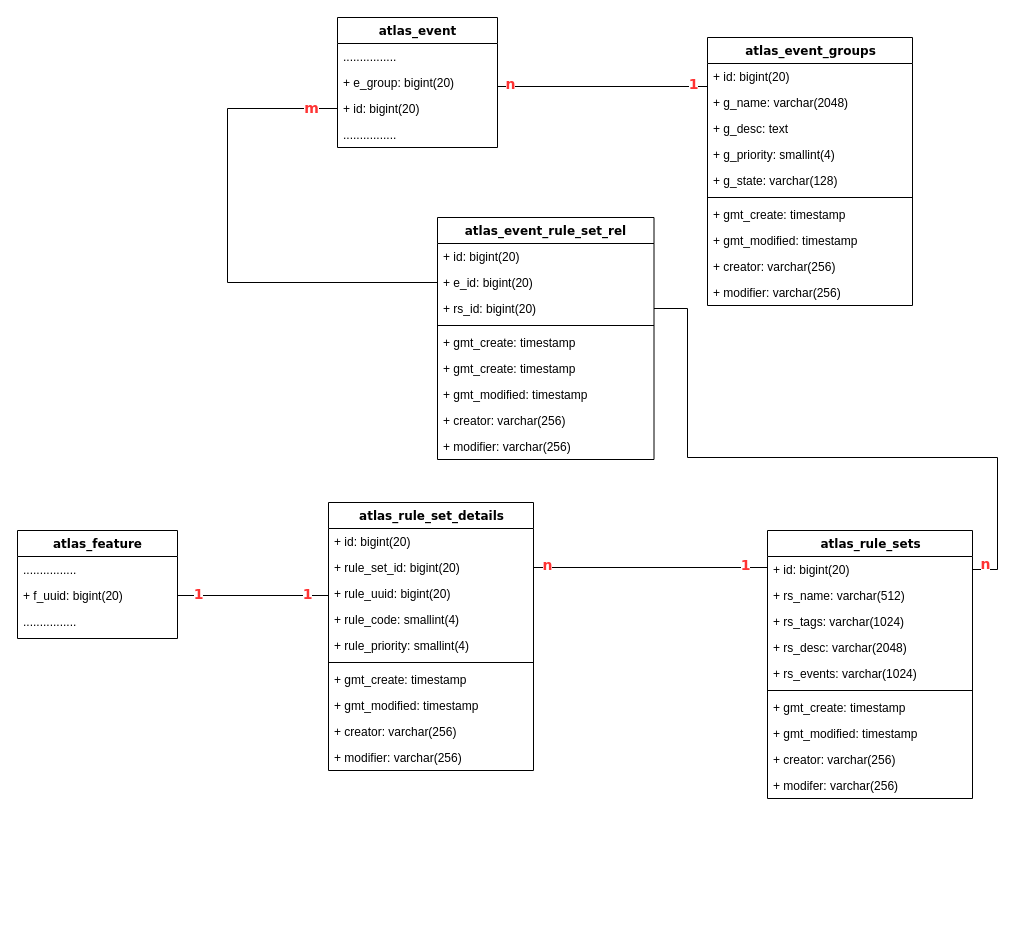
Above: risk_rule_sets.drawio in learn2Pro/draw_io_save (draw.io), before the change. Source tidied: cells renumbered, new cells numbered last; positions are measured from the earlier drawing's top-left corner, leaving out a move shared by most shapes. Both pictures are drawn from the tidied source at 100%, with x=0, y=0 at pixel (17, 17).
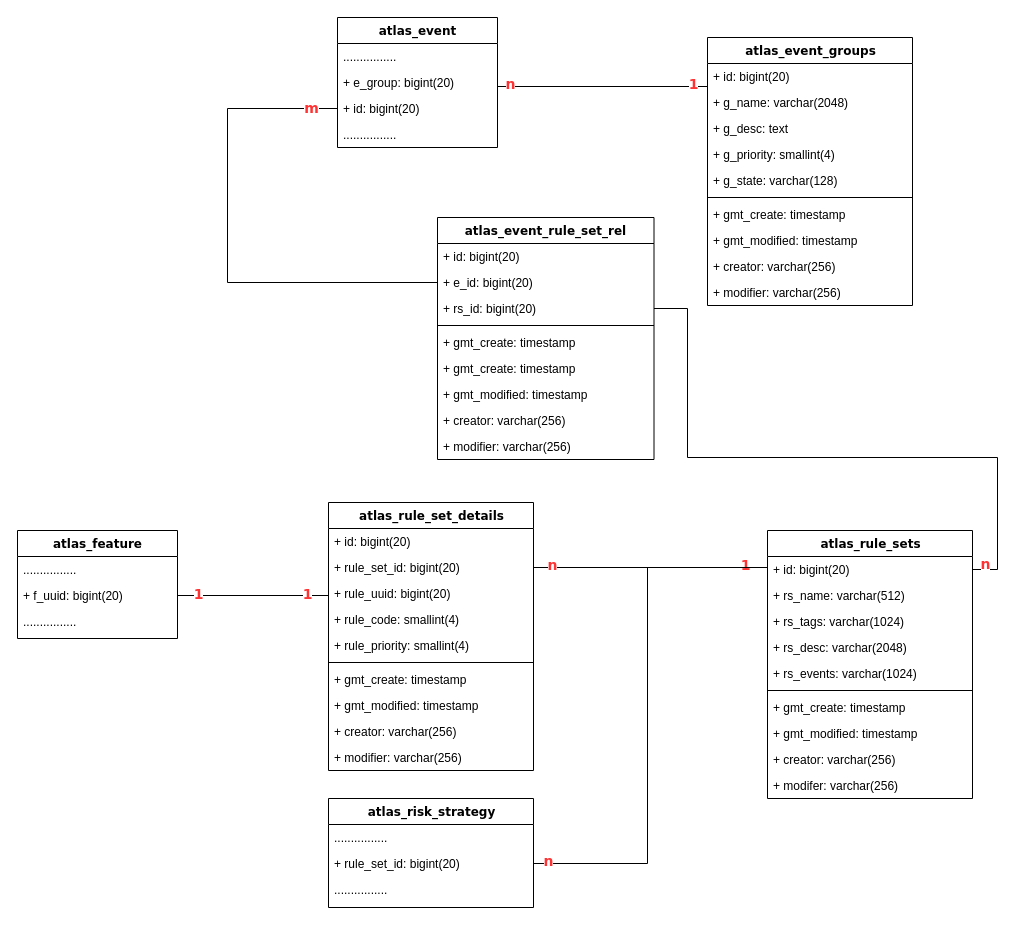
The same page after the edit.

Unchanged cells that the change refers to:
```xml
<mxCell id="33" value="+ id: bigint(20)" style="text;html=1;strokeColor=none;fillColor=none;align=left;verticalAlign=top;spacingLeft=4;spacingRight=4;whiteSpace=wrap;overflow=hidden;points=[[0,0.5],[1,0.5]];portConstraint=eastwest;" parent="32" vertex="1">
  <mxGeometry y="26" width="205" height="26" as="geometry" />
</mxCell>
<mxCell id="43" style="edgeStyle=orthogonalEdgeStyle;rounded=0;html=1;labelBackgroundColor=none;startArrow=none;startFill=0;startSize=8;endArrow=none;endFill=0;endSize=16;fontFamily=Verdana;fontSize=12;exitX=0;exitY=0.5;exitDx=0;exitDy=0;entryX=1;entryY=0.5;entryDx=0;entryDy=0;" parent="1" edge="1" source="33" target="23">
  <mxGeometry relative="1" as="geometry">
    <Array as="points">
      <mxPoint x="750" y="550" />
    </Array>
  </mxGeometry>
</mxCell>
```

Diff of the diagram source:
```diff
@@
     <mxCell id="44" value="&lt;b&gt;&lt;font style=&quot;font-size: 14px&quot;&gt;n&lt;/font&gt;&lt;/b&gt;" style="text;html=1;align=center;verticalAlign=middle;labelBackgroundColor=#ffffff;fontSize=12;fontFamily=Verdana;fontColor=#FF3333;" parent="43" vertex="1">
       <mxGeometry x="0.89" y="-1" relative="1" as="geometry">
-        <mxPoint y="-2" as="offset" />
+        <mxPoint x="5" y="-2" as="offset" />
       </mxGeometry>
     </mxCell>
@@
+    <mxCell id="67" value="atlas_risk_strategy" style="swimlane;html=1;fontStyle=1;align=center;verticalAlign=top;horizontal=1;startSize=26;swimlaneFillColor=#ffffff;rounded=0;shadow=0;comic=0;labelBackgroundColor=none;strokeWidth=1;fillColor=none;fontFamily=Verdana;fontSize=12;" parent="1" vertex="1">
+      <mxGeometry x="311" y="781" width="205" height="109" as="geometry" />
+    </mxCell>
+    <mxCell id="68" value="................" style="text;html=1;strokeColor=none;fillColor=none;align=left;verticalAlign=top;spacingLeft=4;spacingRight=4;whiteSpace=wrap;overflow=hidden;" parent="67" vertex="1">
+      <mxGeometry y="26" width="205" height="26" as="geometry" />
+    </mxCell>
+    <mxCell id="69" value="+ rule_set_id: bigint(20)" style="text;html=1;strokeColor=none;fillColor=none;align=left;verticalAlign=top;spacingLeft=4;spacingRight=4;whiteSpace=wrap;overflow=hidden;points=[[0,0.5],[1,0.5]];portConstraint=eastwest;" parent="67" vertex="1">
+      <mxGeometry y="52" width="205" height="26" as="geometry" />
+    </mxCell>
+    <mxCell id="70" value="................" style="text;html=1;strokeColor=none;fillColor=none;align=left;verticalAlign=top;spacingLeft=4;spacingRight=4;whiteSpace=wrap;overflow=hidden;" parent="67" vertex="1">
+      <mxGeometry y="78" width="205" height="26" as="geometry" />
+    </mxCell>
+    <mxCell id="71" style="edgeStyle=orthogonalEdgeStyle;rounded=0;html=1;labelBackgroundColor=none;startArrow=none;startFill=0;startSize=8;endArrow=none;endFill=0;endSize=16;fontFamily=Verdana;fontSize=12;exitX=0;exitY=0.5;exitDx=0;exitDy=0;entryX=1;entryY=0.5;entryDx=0;entryDy=0;" parent="1" edge="1" source="33" target="69">
+      <mxGeometry relative="1" as="geometry">
+        <Array as="points">
+          <mxPoint x="750" y="550" />
+          <mxPoint x="630" y="550" />
+          <mxPoint x="630" y="846" />
+        </Array>
+      </mxGeometry>
+    </mxCell>
+    <mxCell id="72" value="&lt;b&gt;&lt;font style=&quot;font-size: 14px&quot;&gt;n&lt;/font&gt;&lt;/b&gt;" style="text;html=1;align=center;verticalAlign=middle;labelBackgroundColor=#ffffff;fontSize=12;fontFamily=Verdana;fontColor=#FF3333;" parent="71" vertex="1">
+      <mxGeometry x="0.89" y="-1" relative="1" as="geometry">
+        <mxPoint x="-15" y="-2" as="offset" />
+      </mxGeometry>
+    </mxCell>
```
